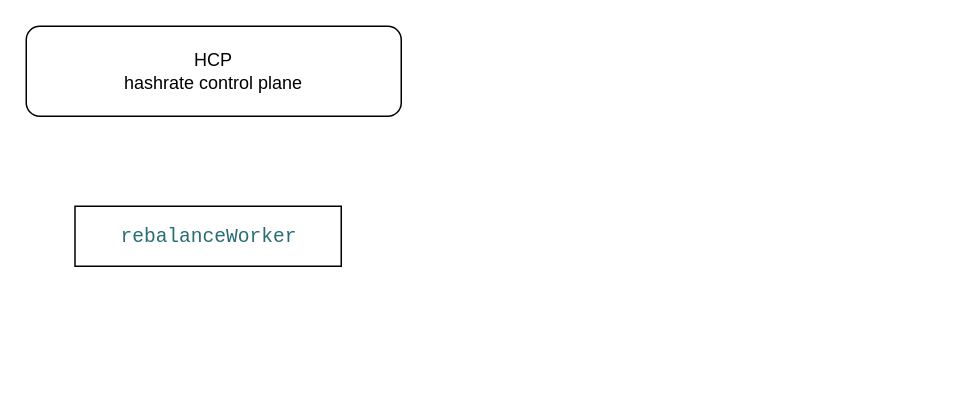
Before: page "precise_hashrate-targeting" (2 of 2) of lx-project date.drawio in learnprogram2/my_note, a draw.io diagram. Source tidied: cells renumbered, new cells numbered last; positions are measured from the earlier drawing's top-left corner, leaving out a move shared by most shapes. Both pictures are drawn from the tidied source at 150%, with x=0, y=0 at pixel (26, 26).
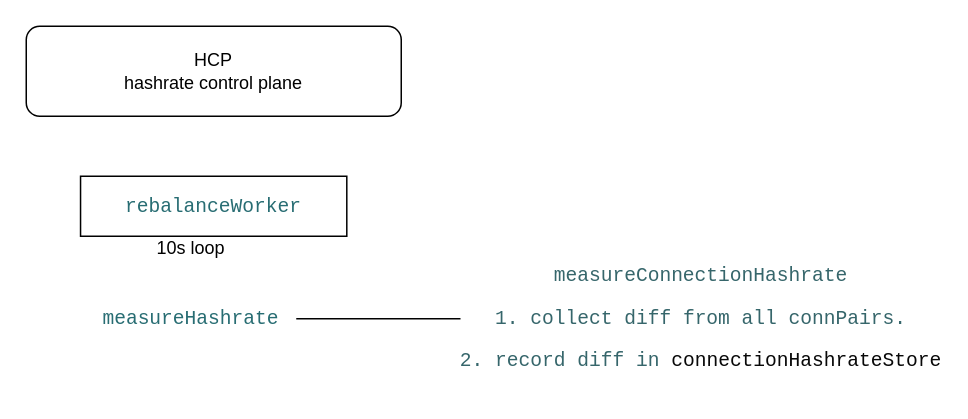
The same diagram, later.

Change to the diagram source:
```diff
@@
 <mxGraphModel>
   <root>
     <mxCell id="0" />
     <mxCell id="1" parent="0" />
     <mxCell id="2" value="HCP&lt;div&gt;hashrate control plane&lt;/div&gt;" style="rounded=1;whiteSpace=wrap;html=1;" parent="1" vertex="1">
       <mxGeometry width="250" height="60" as="geometry" />
     </mxCell>
     <mxCell id="3" value="&lt;div style=&quot;background-color:#ffffff;color:#080808&quot;&gt;&lt;pre style=&quot;font-family:'JetBrains Mono',monospace;font-size:9.8pt;&quot;&gt;&lt;span style=&quot;color:#286d73;&quot;&gt;rebalanceWorker&lt;/span&gt;&lt;/pre&gt;&lt;/div&gt;" style="whiteSpace=wrap;html=1;" parent="1" vertex="1">
-      <mxGeometry x="32.5" y="120" width="177.5" height="40" as="geometry" />
+      <mxGeometry x="36.2" y="100" width="177.5" height="40" as="geometry" />
     </mxCell>
+    <mxCell id="4" value="10s loop&lt;div&gt;&lt;br&gt;&lt;/div&gt;" style="text;html=1;whiteSpace=wrap;strokeColor=none;fillColor=none;align=center;verticalAlign=middle;rounded=0;" parent="1" vertex="1">
+      <mxGeometry x="80" y="140" width="60" height="30" as="geometry" />
+    </mxCell>
+    <mxCell id="5" style="edgeStyle=orthogonalEdgeStyle;rounded=0;jettySize=auto;html=1;" parent="1" edge="1" source="6" target="7">
+      <mxGeometry relative="1" as="geometry" />
+    </mxCell>
+    <mxCell id="6" value="&lt;div style=&quot;background-color:#ffffff;color:#080808&quot;&gt;&lt;pre style=&quot;font-family:'JetBrains Mono',monospace;font-size:9.8pt;&quot;&gt;&lt;span style=&quot;color:#286d73;&quot;&gt;measureHashrate&lt;/span&gt;&lt;/pre&gt;&lt;/div&gt;" style="text;html=1;whiteSpace=wrap;strokeColor=none;fillColor=none;align=center;verticalAlign=middle;rounded=0;" parent="1" vertex="1">
+      <mxGeometry x="40" y="180" width="140" height="30" as="geometry" />
+    </mxCell>
+    <mxCell id="7" value="&lt;div style=&quot;background-color: rgb(255, 255, 255); color: rgb(8, 8, 8);&quot;&gt;&lt;pre style=&quot;font-family: &amp;quot;JetBrains Mono&amp;quot;, monospace; font-size: 9.8pt;&quot;&gt;&lt;pre style=&quot;color: light-dark(rgb(8, 8, 8), rgb(230, 230, 230)); font-family: &amp;quot;JetBrains Mono&amp;quot;, monospace; font-size: 9.8pt;&quot;&gt;&lt;span style=&quot;color: rgb(54, 102, 107);&quot;&gt;measureConnectionHashrate&lt;/span&gt;&lt;/pre&gt;&lt;pre style=&quot;font-family: &amp;quot;JetBrains Mono&amp;quot;, monospace; font-size: 9.8pt;&quot;&gt;&lt;font color=&quot;#36666b&quot;&gt;1. collect diff from all connPairs.&lt;/font&gt;&lt;/pre&gt;&lt;pre style=&quot;font-family: &amp;quot;JetBrains Mono&amp;quot;, monospace; font-size: 9.8pt;&quot;&gt;&lt;font color=&quot;#36666b&quot;&gt;2. record diff in &lt;/font&gt;connectionHashrateStore&lt;/pre&gt;&lt;/pre&gt;&lt;/div&gt;" style="text;html=1;whiteSpace=wrap;strokeColor=none;fillColor=none;align=center;verticalAlign=middle;rounded=0;" parent="1" vertex="1">
+      <mxGeometry x="320" y="180" width="260" height="30" as="geometry" />
+    </mxCell>
   </root>
 </mxGraphModel>
```
